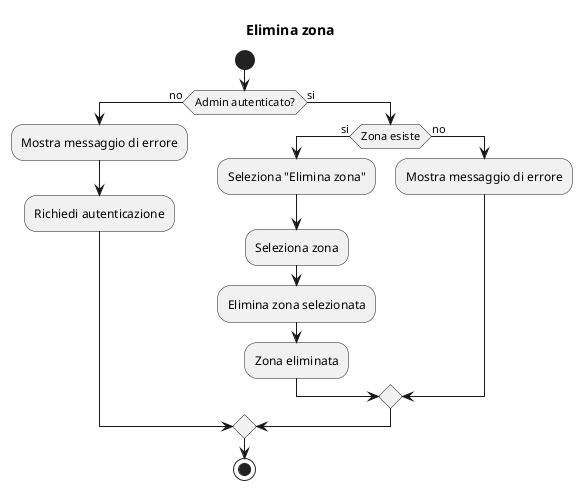
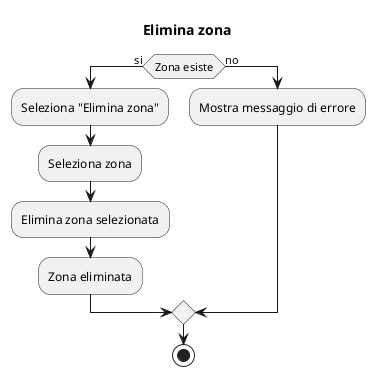
@startuml eliminazona
title Elimina zona

- start
- if (Admin autenticato?) then (no)
+ 
+ if (Zona esiste) then (si)
+     :Seleziona "Elimina zona";
+     :Seleziona zona;
+     :Elimina zona selezionata;
+     :Zona eliminata;
+ else (no)
    :Mostra messaggio di errore;
-     :Richiedi autenticazione;
+ endif

- else (si)
-     if (Zona esiste) then (si)
-         :Seleziona "Elimina zona";
-         :Seleziona zona;
-         :Elimina zona selezionata;
-         :Zona eliminata;
-     else (no)
-         :Mostra messaggio di errore;
-     endif
- endif
stop
@enduml